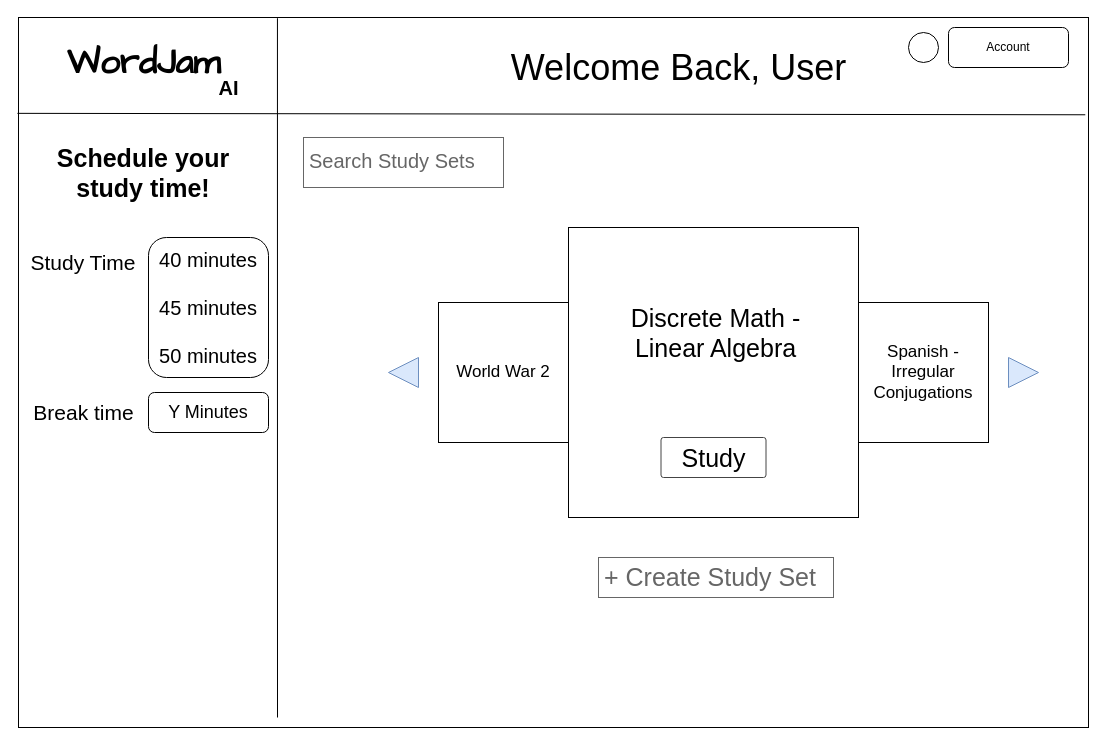
Earlier version of the draw.io diagram page "Homepage - select study time" (6 of 24) of 460prototype.drawio (mmeiser19/cpsc460). Source tidied: cells renumbered, new cells numbered last; positions are measured from the earlier drawing's top-left corner, leaving out a move shared by most shapes. Both pictures are drawn from the tidied source at 100%, with x=0, y=0 at pixel (18, 17).
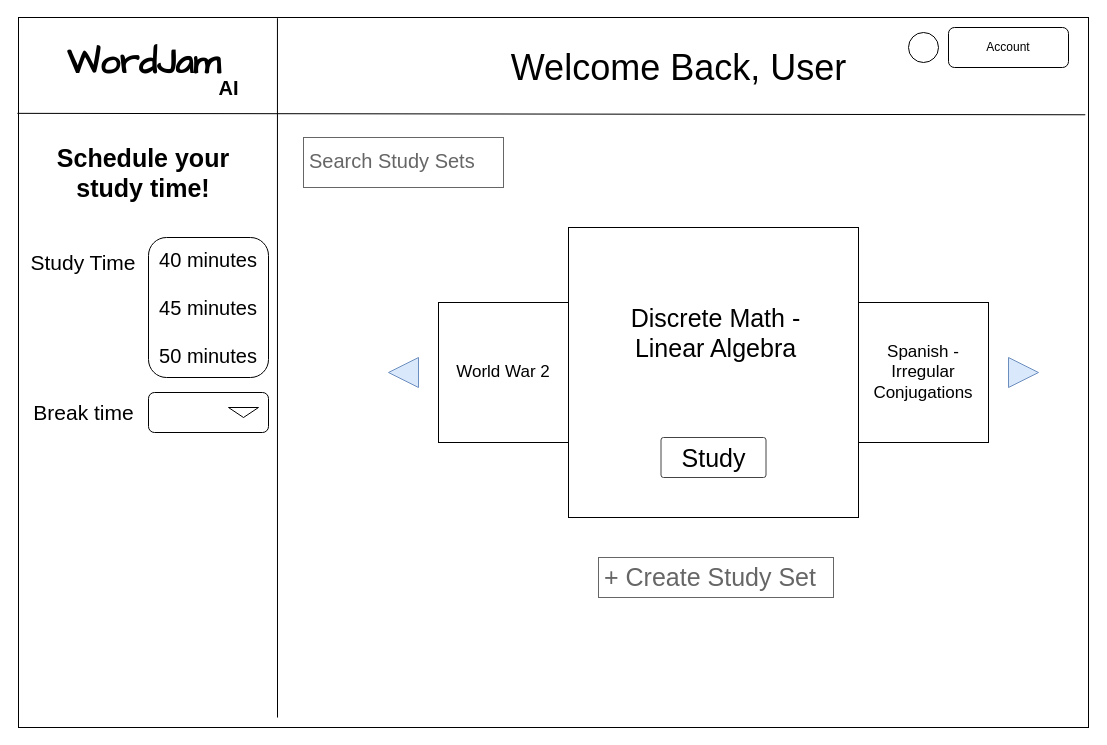
The same page after the edit.

What changed in the source:
```diff
@@
-    <mxCell id="24" value="&lt;font style=&quot;font-size: 18px;&quot;&gt;Y Minutes&lt;/font&gt;" style="rounded=1;whiteSpace=wrap;html=1;" parent="1" vertex="1">
+    <mxCell id="24" style="rounded=1;whiteSpace=wrap;html=1;" parent="1" vertex="1">
       <mxGeometry x="130" y="375" width="120" height="40" as="geometry" />
     </mxCell>
@@
+    <mxCell id="26" style="triangle;whiteSpace=wrap;html=1;direction=south;" parent="1" vertex="1">
+      <mxGeometry x="210" y="390" width="30" height="10" as="geometry" />
+    </mxCell>
```
